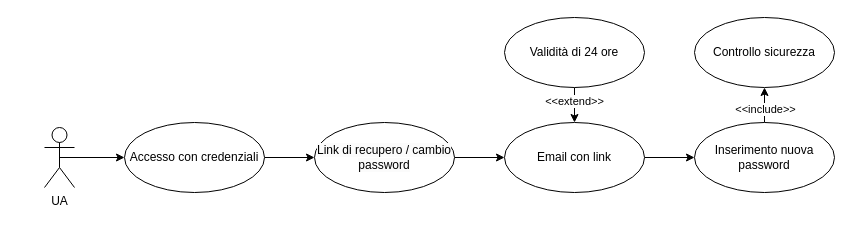
This is page "Modifica password" (5 of 14) of Copia di IS.drawio from LucaBarbolini/Prova1, a draw.io file, before an edit. Source tidied: cells renumbered, new cells numbered last; positions are measured from the earlier drawing's top-left corner, leaving out a move shared by most shapes. Both pictures are drawn from the tidied source at 100%, with x=0, y=0 at pixel (44, 17).
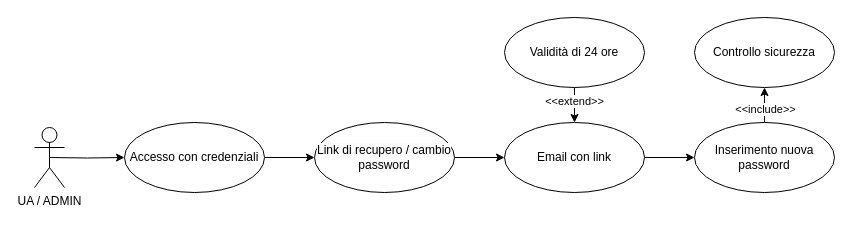
Above is the later version.

Change to the diagram source:
```diff
@@
 <mxGraphModel>
   <root>
     <mxCell id="0" />
     <mxCell id="1" parent="0" />
-    <mxCell id="2" style="edgeStyle=orthogonalEdgeStyle;rounded=0;jettySize=auto;html=1;exitX=0.5;exitY=0.5;exitDx=0;exitDy=0;exitPerimeter=0;entryX=0;entryY=0.5;entryDx=0;entryDy=0;" parent="1" edge="1" source="3" target="5">
-      <mxGeometry relative="1" as="geometry" />
+    <mxCell id="2" style="edgeStyle=orthogonalEdgeStyle;rounded=0;jettySize=auto;html=1;exitX=0.5;exitY=0.5;exitDx=0;exitDy=0;exitPerimeter=0;entryX=0;entryY=0.5;entryDx=0;entryDy=0;" parent="1" edge="1" target="5">
+      <mxGeometry relative="1" as="geometry">
+        <mxPoint x="5" y="140" as="sourcePoint" />
+      </mxGeometry>
     </mxCell>
-    <mxCell id="3" value="UA" style="shape=umlActor;verticalLabelPosition=bottom;verticalAlign=top;html=1;" parent="1" vertex="1">
-      <mxGeometry y="110" width="30" height="60" as="geometry" />
-    </mxCell>
     <mxCell id="4" style="edgeStyle=orthogonalEdgeStyle;rounded=0;jettySize=auto;html=1;" parent="1" edge="1" source="5" target="7">
       <mxGeometry relative="1" as="geometry" />
     </mxCell>
     <mxCell id="5" value="Accesso con credenziali" style="ellipse;whiteSpace=wrap;html=1;" parent="1" vertex="1">
       <mxGeometry x="80" y="105" width="140" height="70" as="geometry" />
     </mxCell>
     <mxCell id="6" style="edgeStyle=orthogonalEdgeStyle;rounded=0;jettySize=auto;html=1;" parent="1" edge="1" source="7" target="9">
       <mxGeometry relative="1" as="geometry" />
     </mxCell>
     <mxCell id="7" value="&lt;span style=&quot;caret-color: rgb(0, 0, 0); color: rgb(0, 0, 0); font-family: Helvetica; font-size: 12px; font-style: normal; font-variant-caps: normal; font-weight: 400; letter-spacing: normal; orphans: auto; text-align: center; text-indent: 0px; text-transform: none; white-space: normal; widows: auto; word-spacing: 0px; -webkit-text-stroke-width: 0px; background-color: rgb(251, 251, 251); text-decoration: none; display: inline !important; float: none;&quot;&gt;Link di recupero / cambio password&lt;/span&gt;" style="ellipse;whiteSpace=wrap;html=1;" parent="1" vertex="1">
       <mxGeometry x="270" y="105" width="140" height="70" as="geometry" />
     </mxCell>
     <mxCell id="8" style="edgeStyle=orthogonalEdgeStyle;rounded=0;jettySize=auto;html=1;" parent="1" edge="1" source="9" target="12">
       <mxGeometry relative="1" as="geometry" />
     </mxCell>
     <mxCell id="9" value="Email con link" style="ellipse;whiteSpace=wrap;html=1;" parent="1" vertex="1">
       <mxGeometry x="460" y="105" width="140" height="70" as="geometry" />
     </mxCell>
     <mxCell id="10" style="edgeStyle=orthogonalEdgeStyle;rounded=0;jettySize=auto;html=1;" parent="1" edge="1" source="12" target="16">
       <mxGeometry relative="1" as="geometry" />
     </mxCell>
     <mxCell id="11" value="&amp;lt;&amp;lt;include&amp;gt;&amp;gt;" style="edgeLabel;html=1;align=center;verticalAlign=middle;" parent="10" vertex="1">
       <mxGeometry x="-0.38" relative="1" as="geometry" />
     </mxCell>
     <mxCell id="12" value="Inserimento nuova password" style="ellipse;whiteSpace=wrap;html=1;" parent="1" vertex="1">
       <mxGeometry x="650" y="105" width="140" height="70" as="geometry" />
     </mxCell>
     <mxCell id="13" style="edgeStyle=orthogonalEdgeStyle;rounded=0;jettySize=auto;html=1;" parent="1" edge="1" source="15" target="9">
       <mxGeometry relative="1" as="geometry" />
     </mxCell>
     <mxCell id="14" value="&amp;lt;&amp;lt;extend&amp;gt;&amp;gt;" style="edgeLabel;html=1;align=center;verticalAlign=middle;" parent="13" vertex="1">
       <mxGeometry x="-0.42" y="-1" relative="1" as="geometry" />
     </mxCell>
     <mxCell id="15" value="Validità di 24 ore" style="ellipse;whiteSpace=wrap;html=1;" parent="1" vertex="1">
       <mxGeometry x="460" width="140" height="70" as="geometry" />
     </mxCell>
     <mxCell id="16" value="Controllo sicurezza" style="ellipse;whiteSpace=wrap;html=1;" parent="1" vertex="1">
       <mxGeometry x="650" width="140" height="70" as="geometry" />
     </mxCell>
+    <mxCell id="17" value="UA / ADMIN" style="shape=umlActor;verticalLabelPosition=bottom;verticalAlign=top;html=1;" parent="1" vertex="1">
+      <mxGeometry x="-10" y="110" width="30" height="60" as="geometry" />
+    </mxCell>
   </root>
 </mxGraphModel>
```
